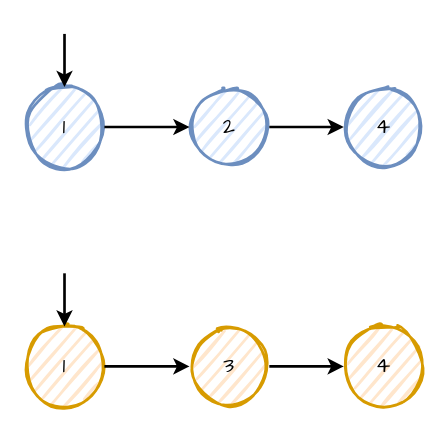
This is 21merge-two-sorted-lists.drawio from LuoSue/sscdn, a draw.io file, before an edit. Source tidied: cells renumbered, new cells numbered last; positions are measured from the earlier drawing's top-left corner, leaving out a move shared by most shapes. Both pictures are drawn from the tidied source at 133%, with x=0, y=0 at pixel (24, 33).
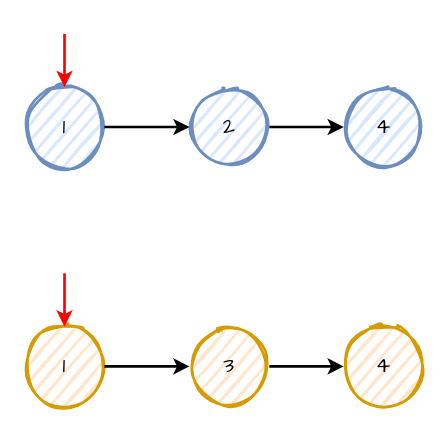
The same diagram, later.

Diff of the diagram source:
```diff
@@
 <mxGraphModel>
   <root>
     <mxCell id="0" />
     <mxCell id="1" parent="0" />
     <mxCell id="2" value="1" style="ellipse;whiteSpace=wrap;html=1;strokeWidth=2;fillWeight=2;hachureGap=8;fillColor=#dae8fc;fillStyle=dots;sketch=1;strokeColor=#6c8ebf;fontFamily=Comic Sans MS;fontSize=16;" parent="1" vertex="1">
       <mxGeometry y="40" width="60" height="60" as="geometry" />
     </mxCell>
     <mxCell id="3" value="1" style="ellipse;whiteSpace=wrap;html=1;strokeWidth=2;fillWeight=2;hachureGap=8;fillColor=#ffe6cc;fillStyle=dots;sketch=1;strokeColor=#d79b00;fontFamily=Comic Sans MS;fontSize=16;" parent="1" vertex="1">
       <mxGeometry y="220" width="60" height="60" as="geometry" />
     </mxCell>
     <mxCell id="4" value="2" style="ellipse;whiteSpace=wrap;html=1;strokeWidth=2;fillWeight=2;hachureGap=8;fillColor=#dae8fc;fillStyle=dots;sketch=1;strokeColor=#6c8ebf;fontFamily=Comic Sans MS;fontSize=16;" parent="1" vertex="1">
       <mxGeometry x="124" y="40" width="60" height="60" as="geometry" />
     </mxCell>
     <mxCell id="5" value="3" style="ellipse;whiteSpace=wrap;html=1;strokeWidth=2;fillWeight=2;hachureGap=8;fillColor=#ffe6cc;fillStyle=dots;sketch=1;strokeColor=#d79b00;fontFamily=Comic Sans MS;fontSize=16;" parent="1" vertex="1">
       <mxGeometry x="124" y="220" width="60" height="60" as="geometry" />
     </mxCell>
     <mxCell id="6" style="endArrow=classic;html=1;rounded=0;strokeWidth=2;exitX=1;exitY=0.5;exitDx=0;exitDy=0;entryX=0;entryY=0.5;entryDx=0;entryDy=0;" parent="1" edge="1" source="2" target="4">
       <mxGeometry relative="1" as="geometry" />
     </mxCell>
     <mxCell id="7" style="endArrow=classic;html=1;rounded=0;strokeWidth=2;exitX=1;exitY=0.5;exitDx=0;exitDy=0;entryX=0;entryY=0.5;entryDx=0;entryDy=0;" parent="1" edge="1" source="3" target="5">
       <mxGeometry relative="1" as="geometry" />
     </mxCell>
     <mxCell id="8" value="4" style="ellipse;whiteSpace=wrap;html=1;strokeWidth=2;fillWeight=2;hachureGap=8;fillColor=#dae8fc;fillStyle=dots;sketch=1;strokeColor=#6c8ebf;fontFamily=Comic Sans MS;fontSize=16;" parent="1" vertex="1">
       <mxGeometry x="240" y="40" width="60" height="60" as="geometry" />
     </mxCell>
     <mxCell id="9" style="endArrow=classic;html=1;rounded=0;strokeWidth=2;exitX=1;exitY=0.5;exitDx=0;exitDy=0;entryX=0;entryY=0.5;entryDx=0;entryDy=0;" parent="1" edge="1" source="4" target="8">
       <mxGeometry relative="1" as="geometry" />
     </mxCell>
     <mxCell id="10" value="4" style="ellipse;whiteSpace=wrap;html=1;strokeWidth=2;fillWeight=2;hachureGap=8;fillColor=#ffe6cc;fillStyle=dots;sketch=1;strokeColor=#d79b00;fontFamily=Comic Sans MS;fontSize=16;" parent="1" vertex="1">
       <mxGeometry x="240" y="220" width="60" height="60" as="geometry" />
     </mxCell>
     <mxCell id="11" style="endArrow=classic;html=1;rounded=0;strokeWidth=2;exitX=1;exitY=0.5;exitDx=0;exitDy=0;entryX=0;entryY=0.5;entryDx=0;entryDy=0;" parent="1" edge="1" source="5" target="10">
       <mxGeometry relative="1" as="geometry" />
     </mxCell>
-    <mxCell id="12" style="endArrow=classic;html=1;rounded=0;strokeWidth=2;entryX=0.5;entryY=0;entryDx=0;entryDy=0;" parent="1" edge="1" target="2">
+    <mxCell id="12" style="endArrow=classic;html=1;rounded=0;strokeWidth=2;entryX=0.5;entryY=0;entryDx=0;entryDy=0;fillColor=#f8cecc;strokeColor=#FF0000;" parent="1" edge="1" target="2">
       <mxGeometry relative="1" as="geometry">
         <mxPoint x="30" as="sourcePoint" />
       </mxGeometry>
     </mxCell>
-    <mxCell id="13" style="endArrow=classic;html=1;rounded=0;strokeWidth=2;entryX=0.5;entryY=0;entryDx=0;entryDy=0;" parent="1" edge="1" target="3">
+    <mxCell id="13" style="endArrow=classic;html=1;rounded=0;strokeWidth=2;entryX=0.5;entryY=0;entryDx=0;entryDy=0;strokeColor=#FF0000;" parent="1" edge="1" target="3">
       <mxGeometry relative="1" as="geometry">
         <mxPoint x="30" y="180" as="sourcePoint" />
       </mxGeometry>
     </mxCell>
   </root>
 </mxGraphModel>
```
